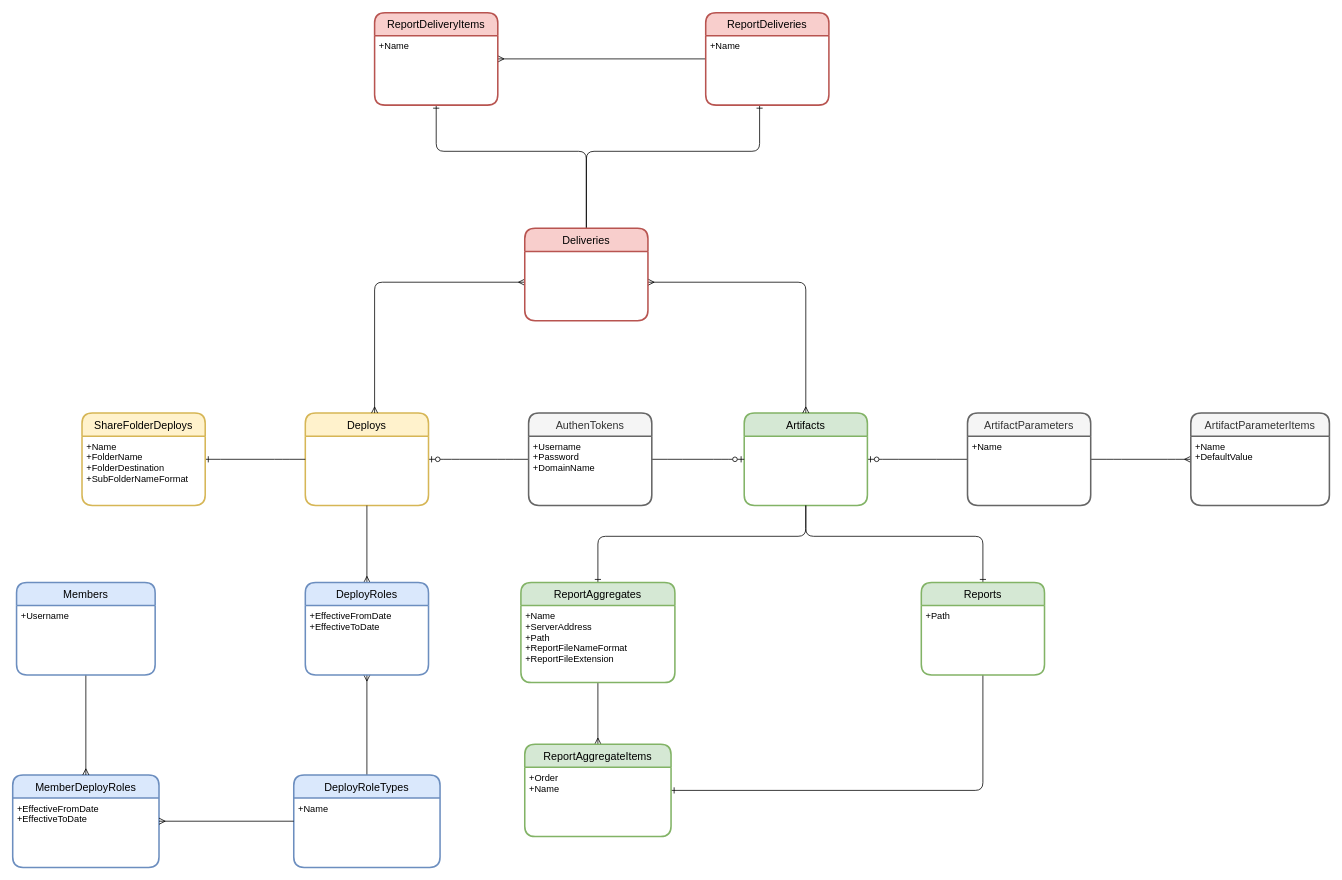
The draw.io diagram Deliveries Models.drawio in chavp/data-modeling, before the edit. Source tidied: cells renumbered, new cells numbered last; positions are measured from the earlier drawing's top-left corner, leaving out a move shared by most shapes. Both pictures are drawn from the tidied source at 77%, with x=0, y=0 at pixel (12, 12).
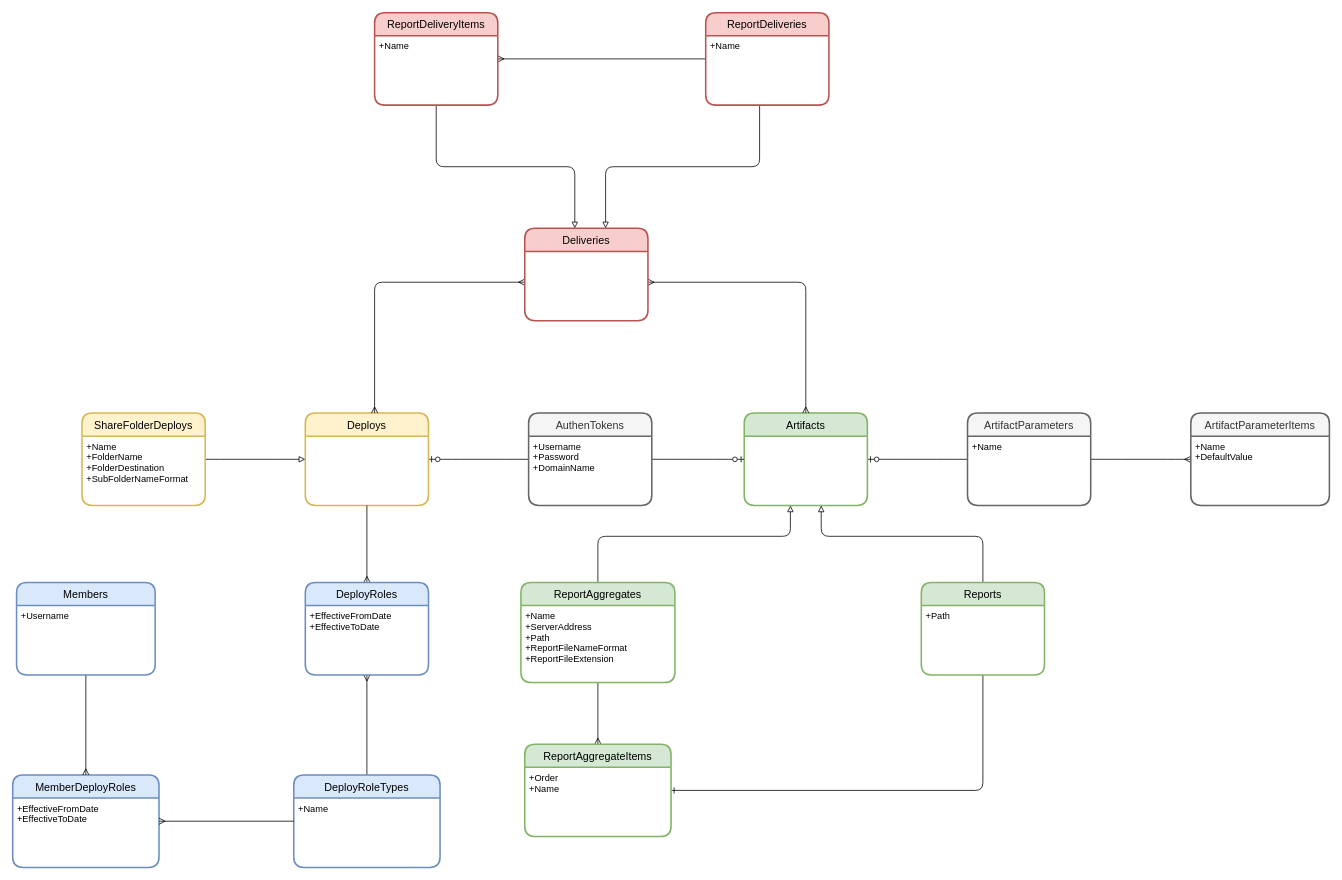
The same page after the edit.

The change refers to these unchanged cells:
```xml
<mxCell id="4" value="Artifacts" style="swimlane;horizontal=1;startSize=30;rounded=1;fontSize=14;fontStyle=0;strokeWidth=2;shadow=0;dashed=0;align=center;fillColor=#d5e8d4;strokeColor=#82b366;" parent="1" vertex="1">
  <mxGeometry x="950" y="520" width="160" height="120" as="geometry" />
</mxCell>
<mxCell id="12" value="Deploys" style="swimlane;horizontal=1;startSize=30;rounded=1;fontSize=14;fontStyle=0;strokeWidth=2;shadow=0;dashed=0;align=center;fillColor=#fff2cc;strokeColor=#d6b656;" parent="1" vertex="1">
  <mxGeometry x="380" y="520" width="160" height="120" as="geometry" />
</mxCell>
<mxCell id="24" value="ShareFolderDeploys" style="swimlane;horizontal=1;startSize=30;rounded=1;fontSize=14;fontStyle=0;strokeWidth=2;shadow=0;dashed=0;align=center;fillColor=#fff2cc;strokeColor=#d6b656;" parent="1" vertex="1">
  <mxGeometry x="90" y="520" width="160" height="120" as="geometry" />
</mxCell>
<mxCell id="26" value="ReportAggregates" style="swimlane;horizontal=1;startSize=30;rounded=1;fontSize=14;fontStyle=0;strokeWidth=2;shadow=0;dashed=0;align=center;fillColor=#d5e8d4;strokeColor=#82b366;" parent="1" vertex="1">
  <mxGeometry x="660" y="740" width="200" height="130" as="geometry" />
</mxCell>
<mxCell id="30" value="Reports" style="swimlane;horizontal=1;startSize=30;rounded=1;fontSize=14;fontStyle=0;strokeWidth=2;shadow=0;dashed=0;align=center;fillColor=#d5e8d4;strokeColor=#82b366;" parent="1" vertex="1">
  <mxGeometry x="1180" y="740" width="160" height="120" as="geometry" />
</mxCell>
<mxCell id="32" value="ReportDeliveryItems" style="swimlane;horizontal=1;startSize=30;rounded=1;fontSize=14;fontStyle=0;strokeWidth=2;shadow=0;dashed=0;align=center;fillColor=#f8cecc;strokeColor=#b85450;" parent="1" vertex="1">
  <mxGeometry x="470" width="160" height="120" as="geometry" />
</mxCell>
<mxCell id="34" value="ReportDeliveries" style="swimlane;horizontal=1;startSize=30;rounded=1;fontSize=14;fontStyle=0;strokeWidth=2;shadow=0;dashed=0;align=center;fillColor=#f8cecc;strokeColor=#b85450;" parent="1" vertex="1">
  <mxGeometry x="900" width="160" height="120" as="geometry" />
</mxCell>
<mxCell id="36" value="Deliveries" style="swimlane;horizontal=1;startSize=30;rounded=1;fontSize=14;fontStyle=0;strokeWidth=2;shadow=0;dashed=0;align=center;fillColor=#f8cecc;strokeColor=#b85450;" parent="1" vertex="1">
  <mxGeometry x="665" y="280" width="160" height="120" as="geometry" />
</mxCell>
```

Diff of the diagram source:
```diff
@@
-    <mxCell id="9" style="edgeStyle=orthogonalEdgeStyle;fontSize=12;html=1;endArrow=ERone;endFill=1;" parent="1" edge="1" source="4" target="30">
+    <mxCell id="9" style="edgeStyle=orthogonalEdgeStyle;fontSize=12;html=1;endArrow=none;endFill=0;startArrow=block;startFill=0;" parent="1" edge="1" source="4" target="30">
       <mxGeometry relative="1" as="geometry">
         <Array as="points">
-          <mxPoint x="1030" y="680" />
+          <mxPoint x="1050" y="680" />
           <mxPoint x="1260" y="680" />
         </Array>
       </mxGeometry>
     </mxCell>
@@
-    <mxCell id="13" style="edgeStyle=orthogonalEdgeStyle;fontSize=12;html=1;endArrow=ERone;endFill=1;" parent="1" edge="1" source="4" target="26">
+    <mxCell id="13" style="edgeStyle=orthogonalEdgeStyle;fontSize=12;html=1;endArrow=none;endFill=0;startArrow=block;startFill=0;" parent="1" edge="1" source="4" target="26">
       <mxGeometry relative="1" as="geometry">
         <Array as="points">
-          <mxPoint x="1030" y="680" />
+          <mxPoint x="1010" y="680" />
           <mxPoint x="760" y="680" />
         </Array>
       </mxGeometry>
     </mxCell>
@@
-    <mxCell id="16" style="edgeStyle=orthogonalEdgeStyle;fontSize=12;html=1;endArrow=ERone;endFill=1;" parent="1" edge="1" source="36" target="34">
+    <mxCell id="16" style="edgeStyle=orthogonalEdgeStyle;fontSize=12;html=1;endArrow=none;endFill=0;startArrow=block;startFill=0;" parent="1" edge="1" source="36" target="34">
       <mxGeometry relative="1" as="geometry">
         <Array as="points">
-          <mxPoint x="745" y="180" />
-          <mxPoint x="970" y="180" />
+          <mxPoint x="770" y="200" />
+          <mxPoint x="970" y="200" />
         </Array>
       </mxGeometry>
     </mxCell>
-    <mxCell id="17" style="edgeStyle=orthogonalEdgeStyle;fontSize=12;html=1;endArrow=ERone;endFill=1;" parent="1" edge="1" source="36" target="32">
+    <mxCell id="17" style="edgeStyle=orthogonalEdgeStyle;fontSize=12;html=1;endArrow=none;endFill=0;startArrow=block;startFill=0;" parent="1" edge="1" source="36" target="32">
       <mxGeometry relative="1" as="geometry">
         <Array as="points">
-          <mxPoint x="745" y="180" />
-          <mxPoint x="550" y="180" />
+          <mxPoint x="730" y="200" />
+          <mxPoint x="550" y="200" />
         </Array>
       </mxGeometry>
     </mxCell>
@@
-    <mxCell id="23" style="edgeStyle=entityRelationEdgeStyle;fontSize=12;html=1;endArrow=ERone;endFill=1;" parent="1" edge="1" source="12" target="24">
+    <mxCell id="23" style="edgeStyle=entityRelationEdgeStyle;fontSize=12;html=1;endArrow=none;endFill=0;startArrow=block;startFill=0;" parent="1" edge="1" source="12" target="24">
       <mxGeometry relative="1" as="geometry" />
     </mxCell>
```
